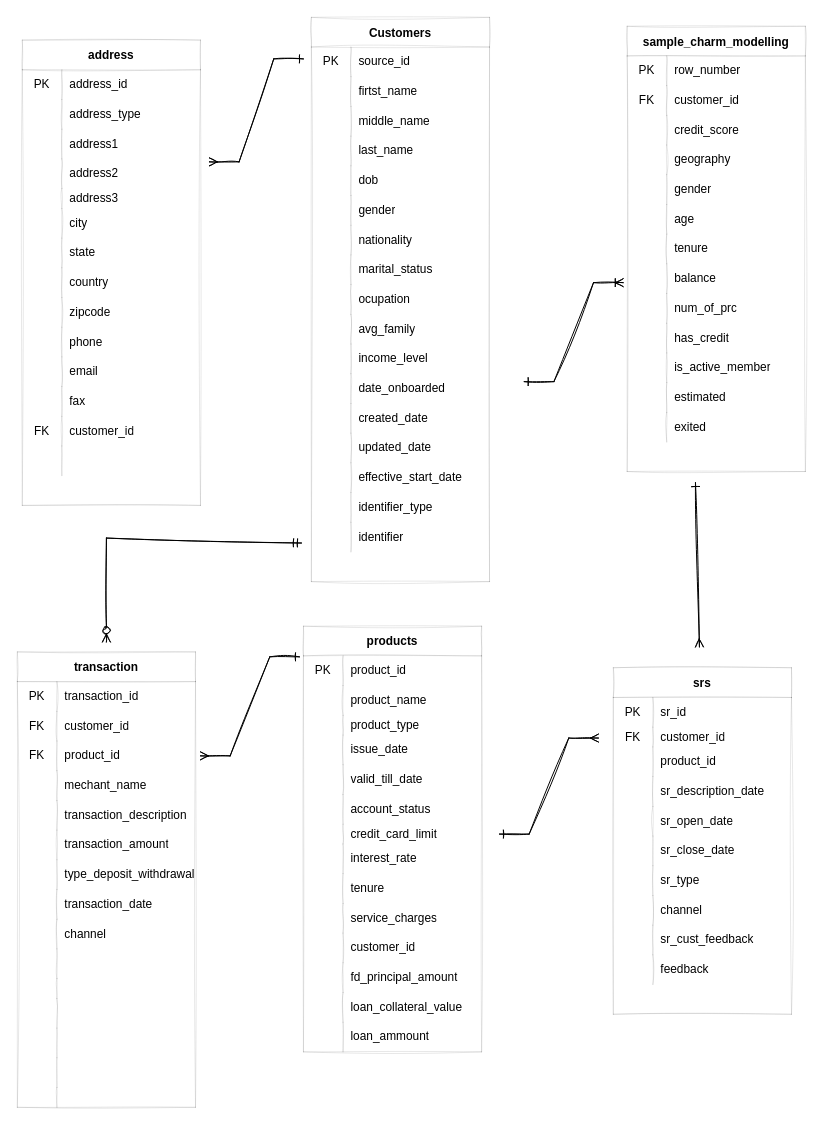
Before: Diagramă .drawio in cristina607/adoptions, a draw.io diagram. Source tidied: cells renumbered, new cells numbered last; positions are measured from the earlier drawing's top-left corner, leaving out a move shared by most shapes. Both pictures are drawn from the tidied source at 99%, with x=0, y=0 at pixel (17, 17).
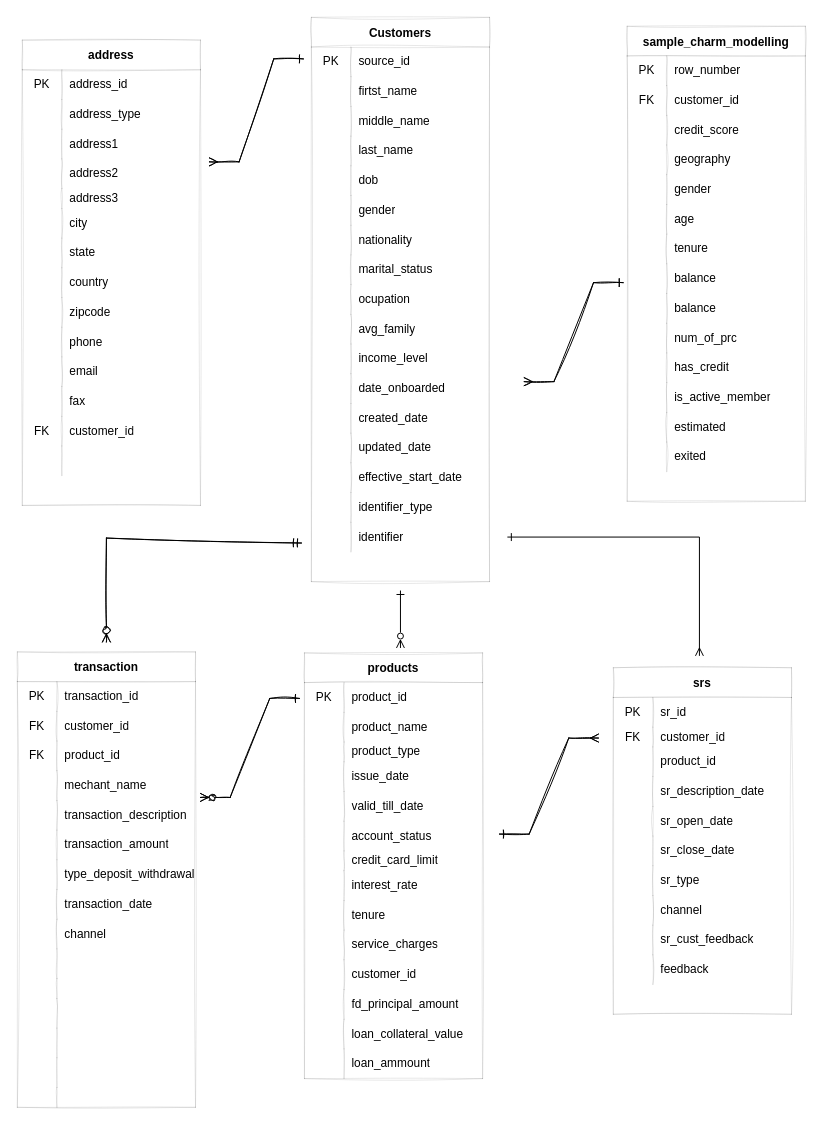
Above is the later version.

Diff of the diagram source:
```diff
@@
+    <mxCell id="265" style="edgeStyle=orthogonalEdgeStyle;rounded=0;orthogonalLoop=1;jettySize=auto;html=1;startArrow=ERone;startFill=0;endArrow=ERzeroToMany;endFill=0;" parent="1" edge="1">
+      <mxGeometry relative="1" as="geometry">
+        <mxPoint x="387" y="579" as="sourcePoint" />
+        <mxPoint x="387" y="637" as="targetPoint" />
+      </mxGeometry>
+    </mxCell>
@@
     <mxCell id="97" value="sample_charm_modelling" style="shape=table;startSize=30;childLayout=tableLayout;rowLines=0;fontStyle=1;strokeWidth=0;sketch=1;" parent="1" vertex="1">
-      <mxGeometry x="616" y="9" width="180" height="449.8" as="geometry" />
+      <mxGeometry x="616" y="9" width="180" height="479.8" as="geometry" />
     </mxCell>
@@
+    <mxCell id="266" style="shape=tableRow;horizontal=0;startSize=0;swimlaneHead=0;swimlaneBody=0;top=0;left=0;bottom=0;right=0;fillColor=none;strokeWidth=0;sketch=1;" parent="97" vertex="1">
+      <mxGeometry y="240" width="180" height="30" as="geometry" />
+    </mxCell>
+    <mxCell id="267" style="shape=partialRectangle;html=1;whiteSpace=wrap;fillColor=none;top=0;left=0;bottom=0;right=0;overflow=hidden;strokeWidth=0;sketch=1;" parent="266" vertex="1">
+      <mxGeometry width="40" height="30" as="geometry" />
+    </mxCell>
+    <mxCell id="268" value="balance" style="shape=partialRectangle;html=1;whiteSpace=wrap;fillColor=none;top=0;left=0;bottom=0;right=0;align=left;spacingLeft=6;overflow=hidden;strokeWidth=0;sketch=1;" parent="266" vertex="1">
+      <mxGeometry x="40" width="140" height="30" as="geometry" />
+    </mxCell>
     <mxCell id="119" style="shape=tableRow;horizontal=0;startSize=0;swimlaneHead=0;swimlaneBody=0;top=0;left=0;bottom=0;right=0;fillColor=none;strokeWidth=0;sketch=1;" parent="97" vertex="1">
-      <mxGeometry y="240" width="180" height="30" as="geometry" />
+      <mxGeometry y="270" width="180" height="30" as="geometry" />
     </mxCell>
@@
     <mxCell id="122" style="shape=tableRow;horizontal=0;startSize=0;swimlaneHead=0;swimlaneBody=0;top=0;left=0;bottom=0;right=0;fillColor=none;strokeWidth=0;sketch=1;" parent="97" vertex="1">
-      <mxGeometry y="270" width="180" height="30" as="geometry" />
+      <mxGeometry y="300" width="180" height="30" as="geometry" />
     </mxCell>
@@
     <mxCell id="125" style="shape=tableRow;horizontal=0;startSize=0;swimlaneHead=0;swimlaneBody=0;top=0;left=0;bottom=0;right=0;fillColor=none;strokeWidth=0;sketch=1;" parent="97" vertex="1">
-      <mxGeometry y="300" width="180" height="30" as="geometry" />
+      <mxGeometry y="330" width="180" height="30" as="geometry" />
     </mxCell>
@@
     <mxCell id="128" style="shape=tableRow;horizontal=0;startSize=0;swimlaneHead=0;swimlaneBody=0;top=0;left=0;bottom=0;right=0;fillColor=none;strokeWidth=0;sketch=1;" parent="97" vertex="1">
-      <mxGeometry y="330" width="180" height="30" as="geometry" />
+      <mxGeometry y="360" width="180" height="30" as="geometry" />
     </mxCell>
@@
     <mxCell id="131" style="shape=tableRow;horizontal=0;startSize=0;swimlaneHead=0;swimlaneBody=0;top=0;left=0;bottom=0;right=0;fillColor=none;strokeWidth=0;sketch=1;" parent="97" vertex="1">
-      <mxGeometry y="360" width="180" height="30" as="geometry" />
+      <mxGeometry y="390" width="180" height="30" as="geometry" />
     </mxCell>
@@
     <mxCell id="134" style="shape=tableRow;horizontal=0;startSize=0;swimlaneHead=0;swimlaneBody=0;top=0;left=0;bottom=0;right=0;fillColor=none;strokeWidth=0;sketch=1;" parent="97" vertex="1">
-      <mxGeometry y="390" width="180" height="30" as="geometry" />
+      <mxGeometry y="420" width="180" height="30" as="geometry" />
     </mxCell>
@@
     <mxCell id="137" value="products" style="shape=table;startSize=30;childLayout=tableLayout;rowLines=0;fontStyle=1;strokeWidth=0;sketch=1;" parent="1" vertex="1">
-      <mxGeometry x="289" y="615" width="180" height="430" as="geometry" />
+      <mxGeometry x="290" y="642" width="180" height="430" as="geometry" />
     </mxCell>
@@
-    <mxCell id="258" style="edgeStyle=entityRelationEdgeStyle;fontSize=12;html=1;endArrow=ERoneToMany;rounded=0;sketch=1;hachureGap=4;fontFamily=Architects Daughter;sourcePerimeterSpacing=8;targetPerimeterSpacing=8;strokeColor=default;startArrow=ERone;startFill=0;" parent="1" edge="1">
+    <mxCell id="258" style="edgeStyle=entityRelationEdgeStyle;fontSize=12;html=1;endArrow=ERone;rounded=0;sketch=1;hachureGap=4;fontFamily=Architects Daughter;sourcePerimeterSpacing=8;targetPerimeterSpacing=8;strokeColor=default;startArrow=ERmany;startFill=0;endFill=0;" parent="1" edge="1">
       <mxGeometry relative="1" as="geometry">
         <mxPoint x="512" y="368" as="sourcePoint" />
         <mxPoint x="612" y="268" as="targetPoint" />
       </mxGeometry>
     </mxCell>
-    <mxCell id="259" style="edgeStyle=entityRelationEdgeStyle;fontSize=12;html=1;endArrow=ERone;rounded=0;sketch=1;hachureGap=4;fontFamily=Architects Daughter;sourcePerimeterSpacing=8;targetPerimeterSpacing=8;strokeColor=default;startArrow=ERmany;startFill=0;endFill=0;" parent="1" edge="1">
+    <mxCell id="259" style="edgeStyle=entityRelationEdgeStyle;fontSize=12;html=1;endArrow=ERone;rounded=0;sketch=1;hachureGap=4;fontFamily=Architects Daughter;sourcePerimeterSpacing=8;targetPerimeterSpacing=8;strokeColor=default;startArrow=ERzeroToMany;startFill=0;endFill=0;" parent="1" edge="1">
       <mxGeometry relative="1" as="geometry">
-        <mxPoint x="185" y="746" as="sourcePoint" />
-        <mxPoint x="285" y="646" as="targetPoint" />
+        <mxPoint x="185" y="788" as="sourcePoint" />
+        <mxPoint x="285" y="688" as="targetPoint" />
       </mxGeometry>
     </mxCell>
@@
-    <mxCell id="262" style="fontSize=12;html=1;endArrow=ERone;endFill=0;startArrow=ERmany;rounded=1;sketch=1;hachureGap=4;fontFamily=Architects Daughter;sourcePerimeterSpacing=8;targetPerimeterSpacing=8;strokeColor=default;startFill=0;" parent="1" edge="1">
-      <mxGeometry relative="1" as="geometry">
-        <mxPoint x="689" y="636" as="sourcePoint" />
-        <mxPoint x="685" y="470" as="targetPoint" />
-      </mxGeometry>
-    </mxCell>
@@
+    <mxCell id="269" style="edgeStyle=orthogonalEdgeStyle;fontSize=12;html=1;endArrow=ERmany;endFill=0;rounded=0;startArrow=ERone;startFill=0;" parent="1" edge="1">
+      <mxGeometry relative="1" as="geometry">
+        <mxPoint x="495" y="525" as="sourcePoint" />
+        <mxPoint x="689" y="645" as="targetPoint" />
+        <Array as="points">
+          <mxPoint x="689" y="525" />
+        </Array>
+      </mxGeometry>
+    </mxCell>
```
